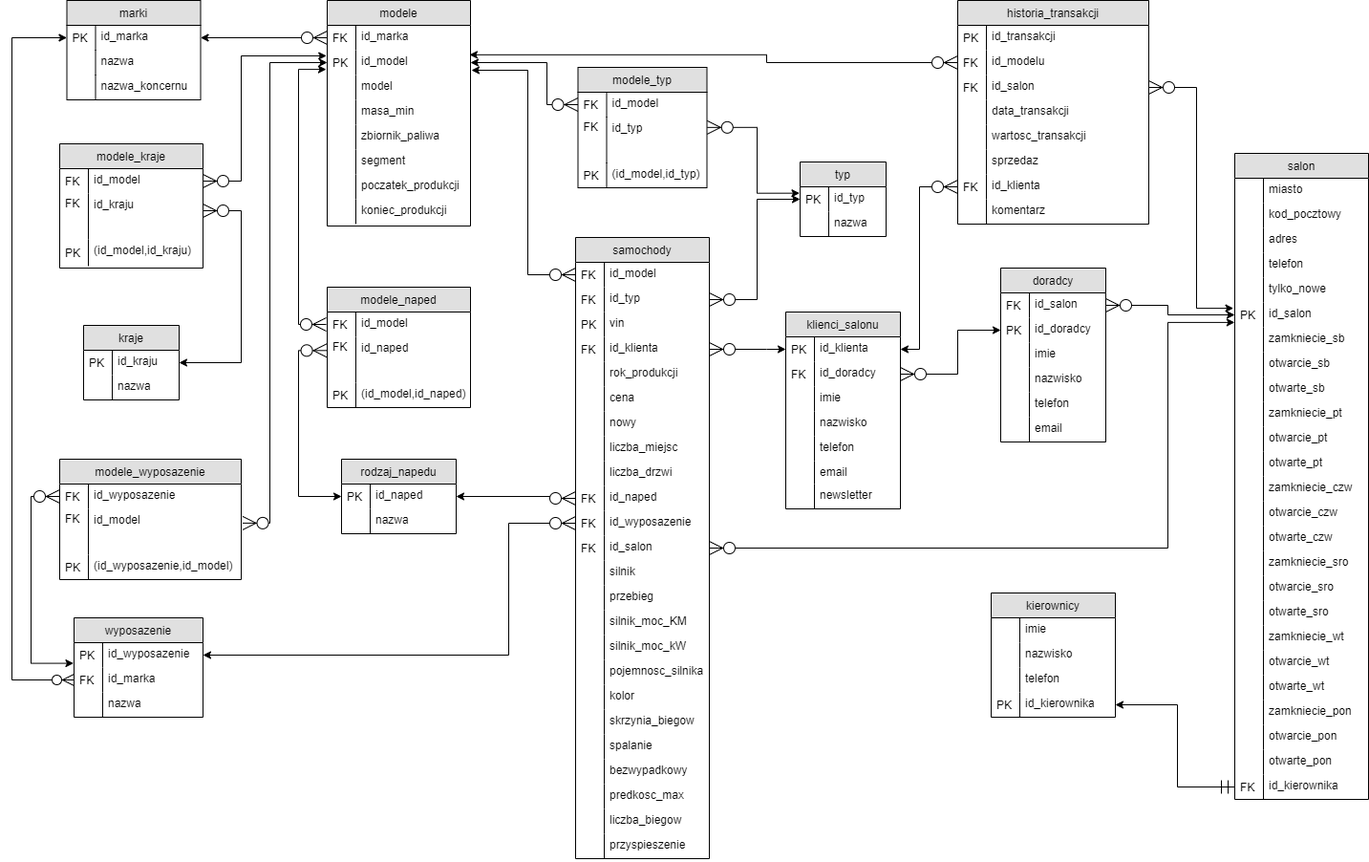
quereste/Projekt-ID keeps this draw.io diagram as IDschematvin.png. Above is the earlier version. Source tidied: cells renumbered, new cells last; positions are measured from the earlier drawing's top-left corner, leaving out a move shared by most shapes.
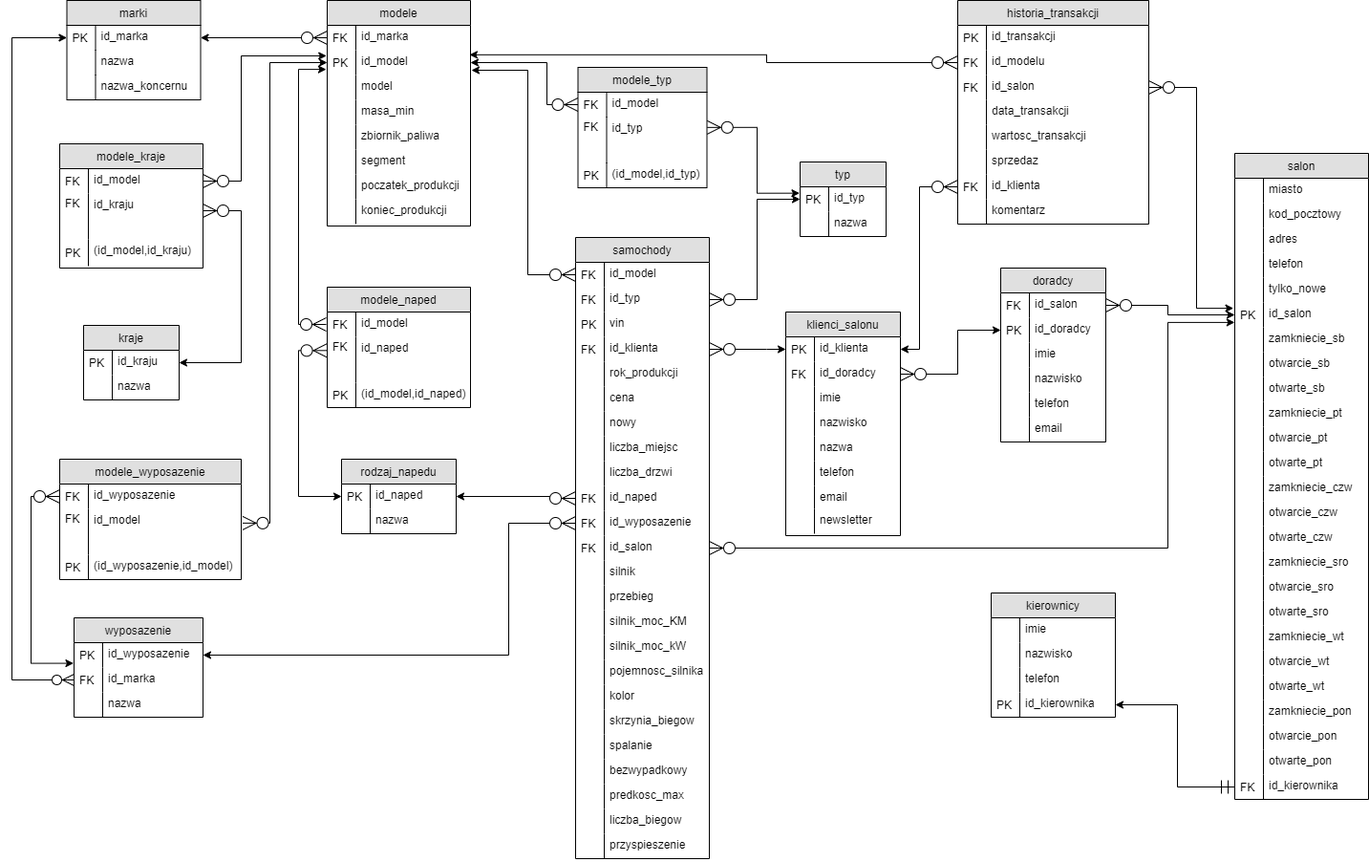
Above is the later version.

Commit message:
poprawiony schemat oraz polskie znaki

What changed in the source:
```diff
@@ -456,7 +456,7 @@
       <mxGeometry width="30" height="26" as="geometry" />
     </mxCell>
     <mxCell id="120" value="klienci_salonu" style="swimlane;fontStyle=0;horizontal=1;startSize=26;fillColor=#e0e0e0;swimlaneFillColor=#ffffff;align=center;" parent="1" vertex="1">
-      <mxGeometry x="810" y="326" width="120" height="206" as="geometry" />
+      <mxGeometry x="810" y="326" width="120" height="234" as="geometry" />
     </mxCell>
     <mxCell id="121" value="id_klienta" style="shape=partialRectangle;top=0;left=0;right=0;bottom=0;align=left;verticalAlign=top;spacingTop=-2;fillColor=none;spacingLeft=34;spacingRight=4;overflow=hidden;points=[[0,0.5],[1,0.5]];portConstraint=eastwest;" parent="120" vertex="1">
       <mxGeometry y="26" width="120" height="26" as="geometry" />
@@ -482,20 +482,26 @@
     <mxCell id="128" style="shape=partialRectangle;top=0;left=0;bottom=0;fillColor=none;align=left;verticalAlign=middle;spacingLeft=4;spacingRight=4;overflow=hidden;" parent="127" vertex="1">
       <mxGeometry width="30" height="26" as="geometry" />
     </mxCell>
+    <mxCell id="252" value="nazwa" style="shape=partialRectangle;top=0;left=0;right=0;bottom=0;align=left;verticalAlign=top;spacingTop=-2;fillColor=none;spacingLeft=34;spacingRight=4;overflow=hidden;" parent="120" vertex="1">
+      <mxGeometry y="130" width="120" height="26" as="geometry" />
+    </mxCell>
+    <mxCell id="253" style="shape=partialRectangle;top=0;left=0;bottom=0;fillColor=none;align=left;verticalAlign=middle;spacingLeft=4;spacingRight=4;overflow=hidden;" parent="252" vertex="1">
+      <mxGeometry width="30" height="26" as="geometry" />
+    </mxCell>
     <mxCell id="129" value="telefon" style="shape=partialRectangle;top=0;left=0;right=0;bottom=0;align=left;verticalAlign=top;spacingTop=-2;fillColor=none;spacingLeft=34;spacingRight=4;overflow=hidden;" parent="120" vertex="1">
-      <mxGeometry y="130" width="120" height="26" as="geometry" />
+      <mxGeometry y="156" width="120" height="26" as="geometry" />
     </mxCell>
     <mxCell id="130" style="shape=partialRectangle;top=0;left=0;bottom=0;fillColor=none;align=left;verticalAlign=middle;spacingLeft=4;spacingRight=4;overflow=hidden;" parent="129" vertex="1">
       <mxGeometry width="30" height="26" as="geometry" />
     </mxCell>
     <mxCell id="131" value="email" style="shape=partialRectangle;top=0;left=0;right=0;bottom=0;align=left;verticalAlign=top;spacingTop=-2;fillColor=none;spacingLeft=34;spacingRight=4;overflow=hidden;" parent="120" vertex="1">
-      <mxGeometry y="156" width="120" height="24" as="geometry" />
+      <mxGeometry y="182" width="120" height="24" as="geometry" />
     </mxCell>
     <mxCell id="132" style="shape=partialRectangle;top=0;left=0;bottom=0;fillColor=none;align=left;verticalAlign=middle;spacingLeft=4;spacingRight=4;overflow=hidden;" parent="131" vertex="1">
       <mxGeometry width="30" height="24" as="geometry" />
     </mxCell>
     <mxCell id="133" value="newsletter" style="shape=partialRectangle;top=0;left=0;right=0;bottom=0;align=left;verticalAlign=top;spacingTop=-2;fillColor=none;spacingLeft=34;spacingRight=4;overflow=hidden;" parent="120" vertex="1">
-      <mxGeometry y="180" width="120" height="26" as="geometry" />
+      <mxGeometry y="206" width="120" height="26" as="geometry" />
     </mxCell>
     <mxCell id="134" style="shape=partialRectangle;top=0;left=0;bottom=0;fillColor=none;align=left;verticalAlign=middle;spacingLeft=4;spacingRight=4;overflow=hidden;" parent="133" vertex="1">
       <mxGeometry width="30" height="26" as="geometry" />
```
